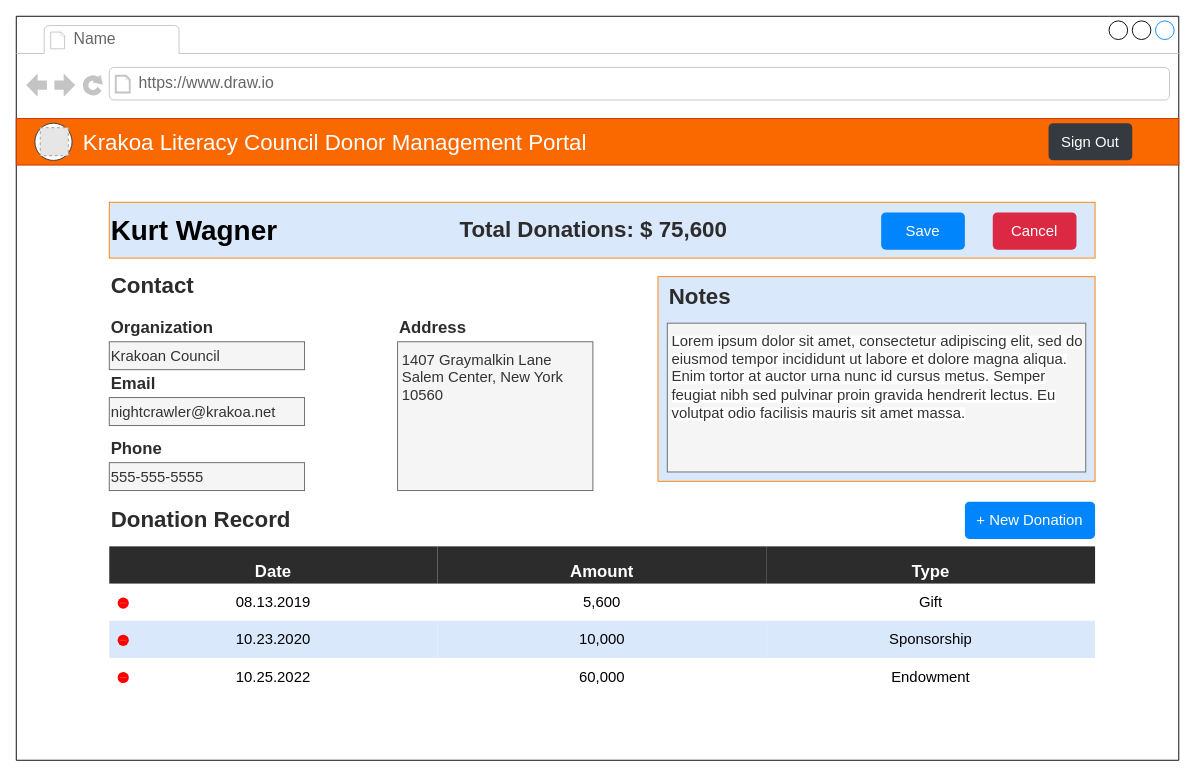
Earlier version of the draw.io diagram page "EditDonor" (6 of 7) of docs/donor-tracker-mock.drawio (CaseyPitman/Donor-Management-Portal). Source tidied: cells renumbered, new cells numbered last; positions are measured from the earlier drawing's top-left corner, leaving out a move shared by most shapes. Both pictures are drawn from the tidied source at 93%, with x=0, y=0 at pixel (16, 16). Pictures stored in the file or linked from it are replaced by grey dashed boxes.
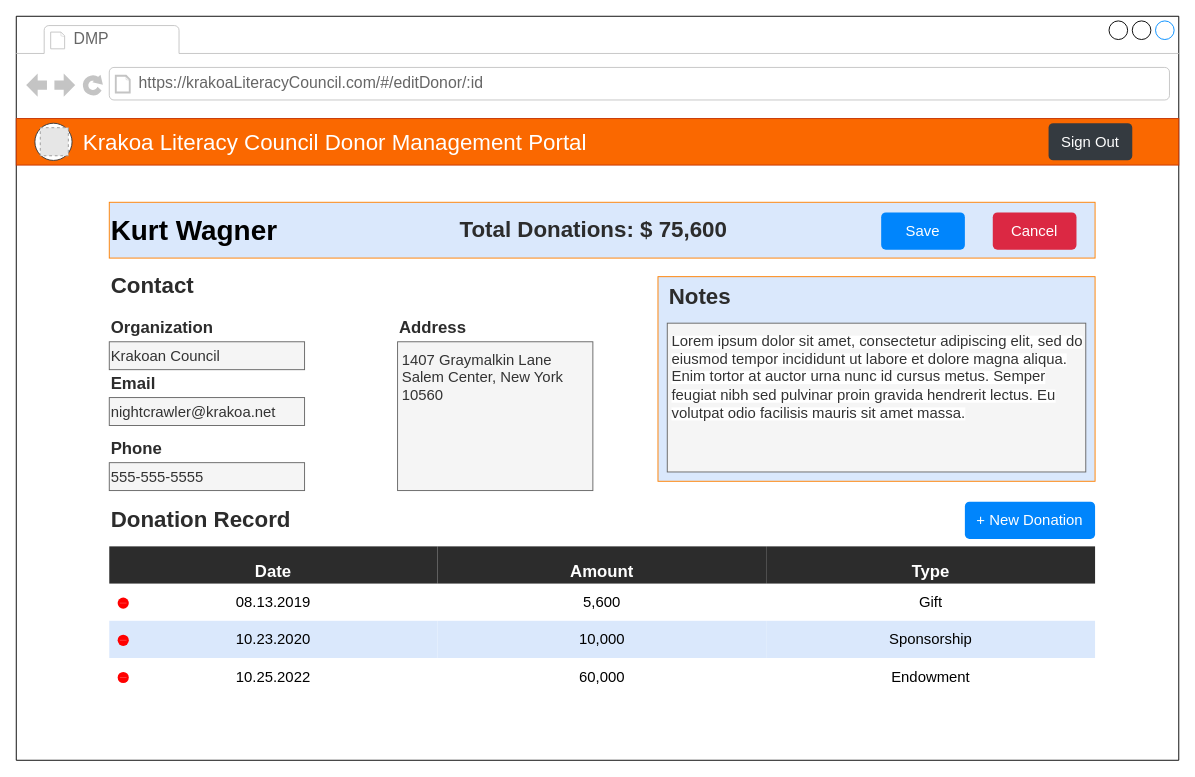
After the change.

Unchanged cells that the change refers to:
```xml
<mxCell id="3" style="strokeWidth=1;shadow=0;dashed=0;align=center;html=1;shape=mxgraph.mockup.containers.browserWindow;rSize=0;strokeColor2=#008cff;strokeColor3=#c4c4c4;mainText=,;spacing=2;" parent="1" vertex="1">
  <mxGeometry width="1250" height="800" as="geometry" />
</mxCell>
```

Diff of the diagram source:
```diff
@@
-    <mxCell id="4" value="Name" style="strokeWidth=1;shadow=0;dashed=0;align=center;html=1;shape=mxgraph.mockup.containers.anchor;fontSize=17;fontColor=#666666;align=left;" parent="3" vertex="1">
+    <mxCell id="4" value="DMP" style="strokeWidth=1;shadow=0;dashed=0;align=center;html=1;shape=mxgraph.mockup.containers.anchor;fontSize=17;fontColor=#666666;align=left;" parent="3" vertex="1">
       <mxGeometry x="60" y="12" width="110" height="26" as="geometry" />
     </mxCell>
-    <mxCell id="5" value="https://www.draw.io" style="strokeWidth=1;shadow=0;dashed=0;align=center;html=1;shape=mxgraph.mockup.containers.anchor;rSize=0;fontSize=17;fontColor=#666666;align=left;" parent="3" vertex="1">
+    <mxCell id="5" value="https://krakoaLiteracyCouncil.com/#/editDonor/:id" style="strokeWidth=1;shadow=0;dashed=0;align=center;html=1;shape=mxgraph.mockup.containers.anchor;rSize=0;fontSize=17;fontColor=#666666;align=left;" parent="3" vertex="1">
       <mxGeometry x="130" y="60" width="250" height="26" as="geometry" />
     </mxCell>
```
